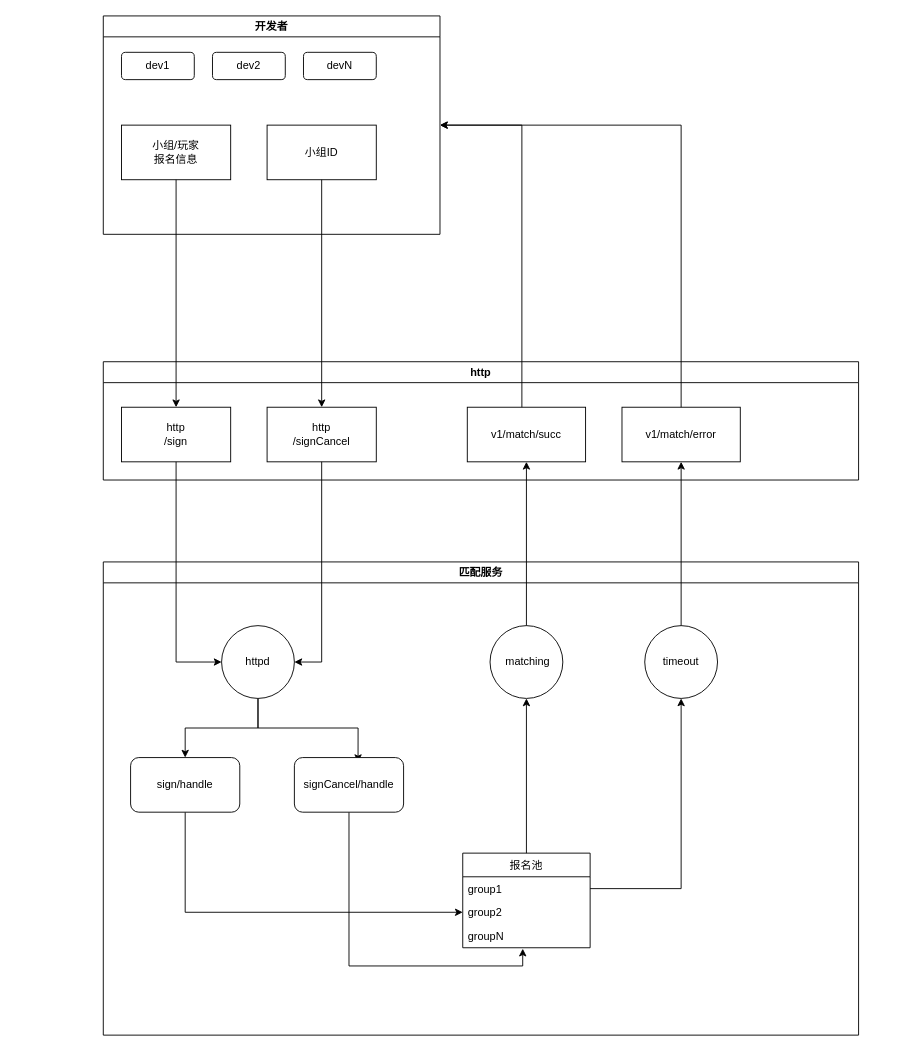
The draw.io diagram gamematch_client_server.drawio in mqzhifu/drawpic, before the edit. Source tidied: cells renumbered, new cells numbered last; positions are measured from the earlier drawing's top-left corner, leaving out a move shared by most shapes. Both pictures are drawn from the tidied source at 91%, with x=0, y=0 at pixel (103, 15).
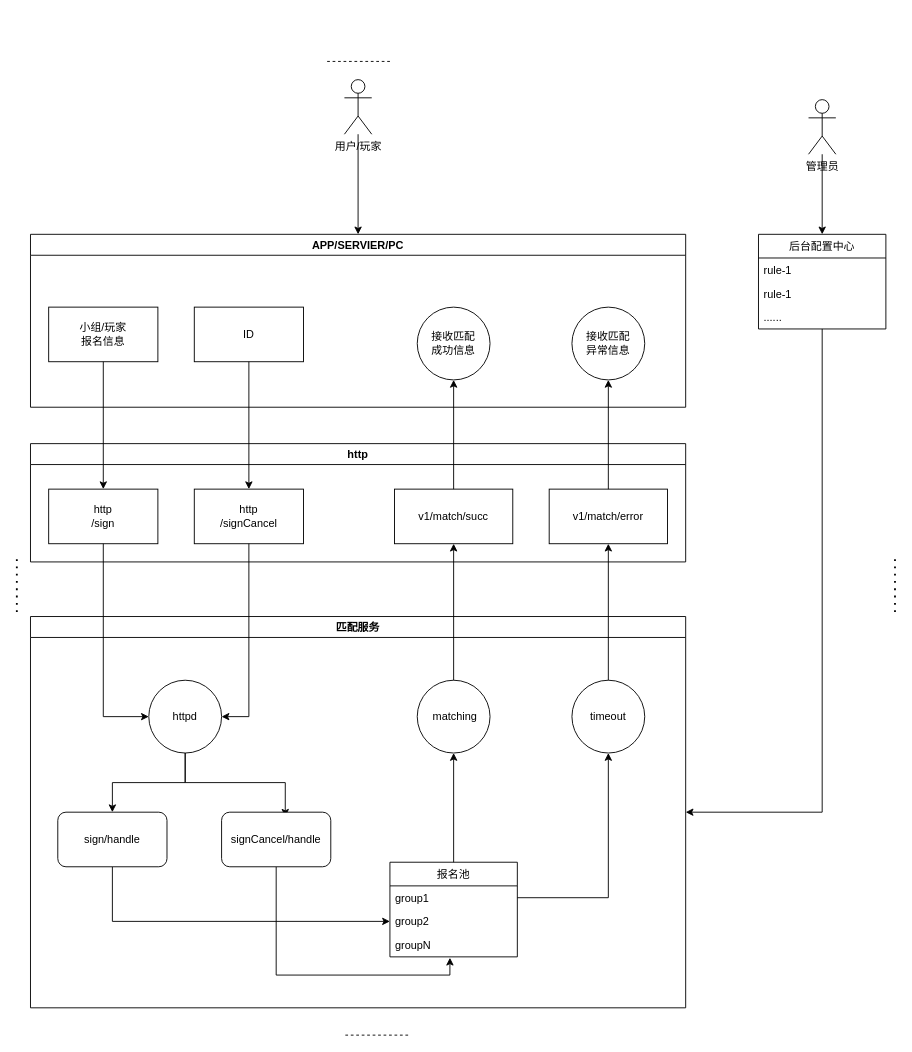
After the change.

The change refers to these unchanged cells:
```xml
<mxCell id="25" value="v1/match/succ" style="rounded=0;whiteSpace=wrap;html=1;" parent="24" vertex="1">
  <mxGeometry x="400" y="50" width="130" height="60" as="geometry" />
</mxCell>
<mxCell id="26" value="v1/match/error" style="rounded=0;whiteSpace=wrap;html=1;" parent="24" vertex="1">
  <mxGeometry x="570" y="50" width="130" height="60" as="geometry" />
</mxCell>
```

Diff of the diagram source:
```diff
@@
     <mxCell id="2" value="匹配服务" style="swimlane;" parent="1" vertex="1">
-      <mxGeometry y="600" width="830" height="520" as="geometry" />
+      <mxGeometry x="-80" y="660" width="720" height="430" as="geometry" />
     </mxCell>
@@
     <mxCell id="9" value="报名池" style="swimlane;fontStyle=0;horizontal=1;startSize=26;fillColor=none;" parent="2" vertex="1">
-      <mxGeometry x="395" y="320" width="140" height="104" as="geometry" />
+      <mxGeometry x="395" y="270" width="140" height="104" as="geometry" />
     </mxCell>
@@
-    <mxCell id="18" value="开发者" style="swimlane;" parent="1" vertex="1">
-      <mxGeometry width="370" height="240" as="geometry" />
+    <mxCell id="18" value="APP/SERVIER/PC" style="swimlane;" parent="1" vertex="1">
+      <mxGeometry x="-80" y="240" width="720" height="190" as="geometry" />
     </mxCell>
     <mxCell id="19" value="小组/玩家&lt;br&gt;报名信息" style="rounded=0;whiteSpace=wrap;html=1;" parent="18" vertex="1">
-      <mxGeometry x="20" y="120" width="120" height="60" as="geometry" />
+      <mxGeometry x="20" y="80" width="120" height="60" as="geometry" />
     </mxCell>
-    <mxCell id="20" value="小组ID" style="rounded=0;whiteSpace=wrap;html=1;" parent="18" vertex="1">
-      <mxGeometry x="180" y="120" width="120" height="60" as="geometry" />
+    <mxCell id="20" value="ID" style="rounded=0;whiteSpace=wrap;html=1;" parent="18" vertex="1">
+      <mxGeometry x="180" y="80" width="120" height="60" as="geometry" />
     </mxCell>
-    <mxCell id="21" value="dev1" style="rounded=1;whiteSpace=wrap;html=1;" parent="18" vertex="1">
-      <mxGeometry x="20" y="40" width="80" height="30" as="geometry" />
-    </mxCell>
-    <mxCell id="22" value="dev2" style="rounded=1;whiteSpace=wrap;html=1;" parent="18" vertex="1">
-      <mxGeometry x="120" y="40" width="80" height="30" as="geometry" />
-    </mxCell>
-    <mxCell id="23" value="devN" style="rounded=1;whiteSpace=wrap;html=1;" parent="18" vertex="1">
-      <mxGeometry x="220" y="40" width="80" height="30" as="geometry" />
-    </mxCell>
+    <mxCell id="37" value="接收匹配&lt;br&gt;成功信息" style="ellipse;whiteSpace=wrap;html=1;" parent="18" vertex="1">
+      <mxGeometry x="425" y="80" width="80" height="80" as="geometry" />
+    </mxCell>
+    <mxCell id="38" value="接收匹配&lt;br&gt;异常信息" style="ellipse;whiteSpace=wrap;html=1;" parent="18" vertex="1">
+      <mxGeometry x="595" y="80" width="80" height="80" as="geometry" />
+    </mxCell>
     <mxCell id="24" value="http" style="swimlane;" parent="1" vertex="1">
-      <mxGeometry y="380" width="830" height="130" as="geometry" />
+      <mxGeometry x="-80" y="470" width="720" height="130" as="geometry" />
     </mxCell>
@@
-    <mxCell id="35" style="edgeStyle=orthogonalEdgeStyle;rounded=0;jettySize=auto;html=1;entryX=1;entryY=0.5;entryDx=0;entryDy=0;" parent="1" edge="1" source="25" target="18">
-      <mxGeometry relative="1" as="geometry">
-        <Array as="points">
-          <mxPoint x="460" y="120" />
-        </Array>
-      </mxGeometry>
-    </mxCell>
-    <mxCell id="36" style="edgeStyle=orthogonalEdgeStyle;rounded=0;jettySize=auto;html=1;entryX=1;entryY=0.5;entryDx=0;entryDy=0;" parent="1" edge="1" source="26" target="18">
-      <mxGeometry relative="1" as="geometry">
-        <Array as="points">
-          <mxPoint x="635" y="120" />
-        </Array>
-      </mxGeometry>
-    </mxCell>
+    <mxCell id="39" style="edgeStyle=orthogonalEdgeStyle;rounded=0;jettySize=auto;html=1;entryX=1;entryY=0.5;entryDx=0;entryDy=0;" parent="1" edge="1" source="40" target="2">
+      <mxGeometry relative="1" as="geometry">
+        <Array as="points">
+          <mxPoint x="790" y="875" />
+        </Array>
+      </mxGeometry>
+    </mxCell>
+    <mxCell id="40" value="后台配置中心" style="swimlane;fontStyle=0;horizontal=1;startSize=26;fillColor=none;" parent="1" vertex="1">
+      <mxGeometry x="720" y="240" width="140" height="104" as="geometry" />
+    </mxCell>
+    <mxCell id="41" value="rule-1" style="text;strokeColor=none;fillColor=none;align=left;verticalAlign=top;spacingLeft=4;spacingRight=4;overflow=hidden;" parent="40" vertex="1">
+      <mxGeometry y="26" width="140" height="26" as="geometry" />
+    </mxCell>
+    <mxCell id="42" value="rule-1" style="text;strokeColor=none;fillColor=none;align=left;verticalAlign=top;spacingLeft=4;spacingRight=4;overflow=hidden;" parent="40" vertex="1">
+      <mxGeometry y="52" width="140" height="26" as="geometry" />
+    </mxCell>
+    <mxCell id="43" value="......" style="text;strokeColor=none;fillColor=none;align=left;verticalAlign=top;spacingLeft=4;spacingRight=4;overflow=hidden;" parent="40" vertex="1">
+      <mxGeometry y="78" width="140" height="26" as="geometry" />
+    </mxCell>
+    <mxCell id="44" style="edgeStyle=orthogonalEdgeStyle;rounded=0;jettySize=auto;html=1;" parent="1" edge="1" source="45" target="40">
+      <mxGeometry relative="1" as="geometry" />
+    </mxCell>
+    <mxCell id="45" value="管理员" style="shape=umlActor;verticalLabelPosition=bottom;verticalAlign=top;html=1;outlineConnect=0;" parent="1" vertex="1">
+      <mxGeometry x="775" y="92" width="30" height="60" as="geometry" />
+    </mxCell>
+    <mxCell id="46" style="edgeStyle=orthogonalEdgeStyle;rounded=0;jettySize=auto;html=1;" parent="1" edge="1" source="47" target="18">
+      <mxGeometry relative="1" as="geometry" />
+    </mxCell>
+    <mxCell id="47" value="用户/玩家" style="shape=umlActor;verticalLabelPosition=bottom;verticalAlign=top;html=1;outlineConnect=0;" parent="1" vertex="1">
+      <mxGeometry x="265" y="70" width="30" height="60" as="geometry" />
+    </mxCell>
+    <mxCell id="48" style="edgeStyle=orthogonalEdgeStyle;rounded=0;jettySize=auto;html=1;" parent="1" edge="1" source="25" target="37">
+      <mxGeometry relative="1" as="geometry" />
+    </mxCell>
+    <mxCell id="49" style="edgeStyle=orthogonalEdgeStyle;rounded=0;jettySize=auto;html=1;entryX=0.5;entryY=1;entryDx=0;entryDy=0;" parent="1" edge="1" source="26" target="38">
+      <mxGeometry relative="1" as="geometry" />
+    </mxCell>
+    <mxCell id="50" style="endArrow=none;dashed=1;html=1;dashPattern=1 3;strokeWidth=2;" parent="1" edge="1">
+      <mxGeometry relative="1" as="geometry">
+        <mxPoint x="-95" y="655" as="sourcePoint" />
+        <mxPoint x="-95" y="595" as="targetPoint" />
+      </mxGeometry>
+    </mxCell>
+    <mxCell id="51" style="endArrow=none;dashed=1;html=1;dashPattern=1 3;strokeWidth=2;" parent="1" edge="1">
+      <mxGeometry relative="1" as="geometry">
+        <mxPoint x="870" y="655" as="sourcePoint" />
+        <mxPoint x="870" y="595" as="targetPoint" />
+      </mxGeometry>
+    </mxCell>
+    <mxCell id="52" style="endArrow=none;dashed=1;html=1;" parent="1" edge="1">
+      <mxGeometry relative="1" as="geometry">
+        <mxPoint x="315" y="50" as="sourcePoint" />
+        <mxPoint x="245" y="50" as="targetPoint" />
+      </mxGeometry>
+    </mxCell>
+    <mxCell id="53" style="endArrow=none;dashed=1;html=1;" parent="1" edge="1">
+      <mxGeometry relative="1" as="geometry">
+        <mxPoint x="335" y="1120" as="sourcePoint" />
+        <mxPoint x="265" y="1120" as="targetPoint" />
+      </mxGeometry>
+    </mxCell>
```
